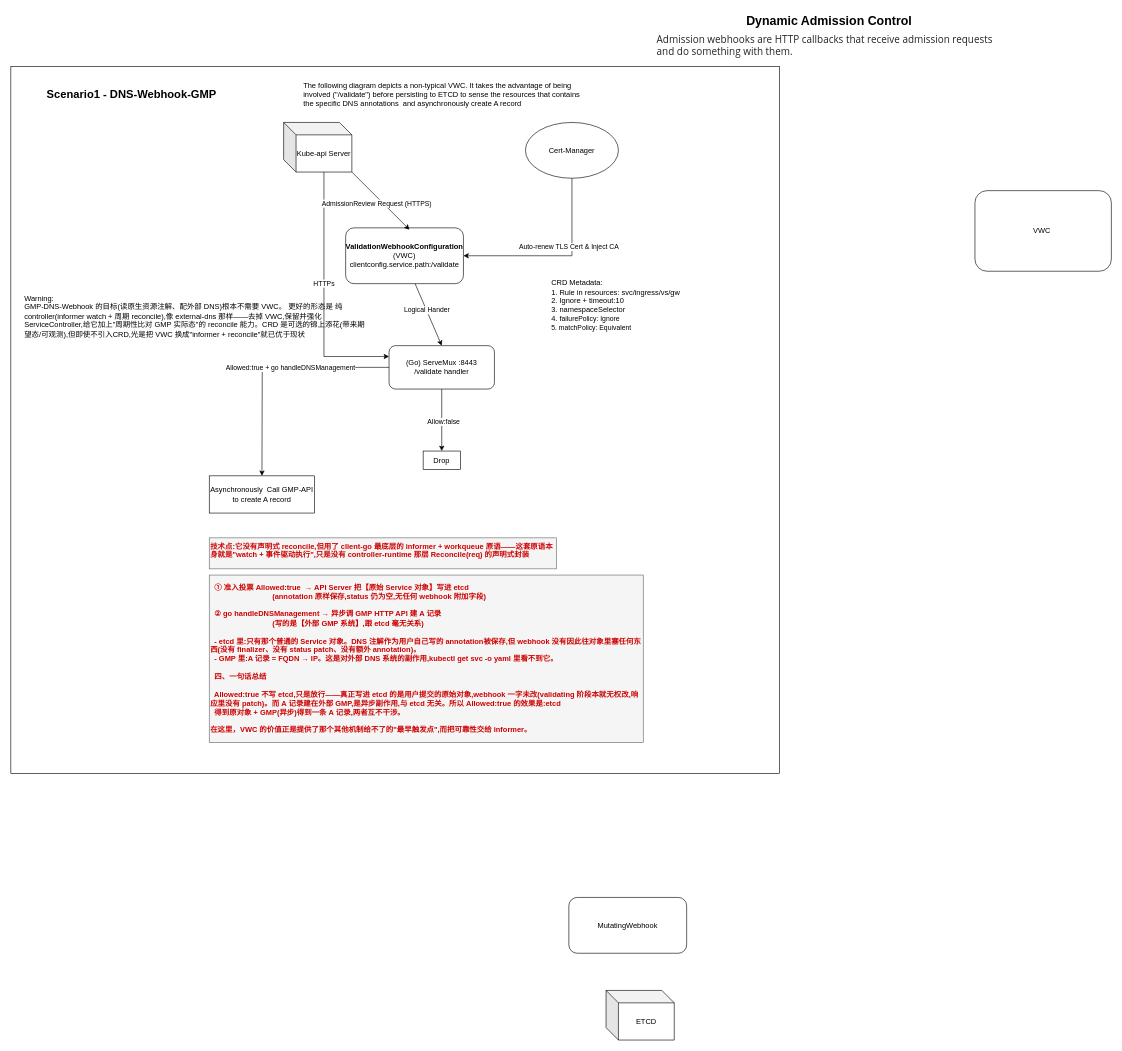
The draw.io diagram docs/Solution_Architect/Kubernetes/AdmissionControl.drawio in velocityX-br/devops-hackathons, before the edit. Source tidied: cells renumbered, new cells numbered last; positions are measured from the earlier drawing's top-left corner, leaving out a move shared by most shapes. Both pictures are drawn from the tidied source at 62%, with x=0, y=0 at pixel (11, 11).
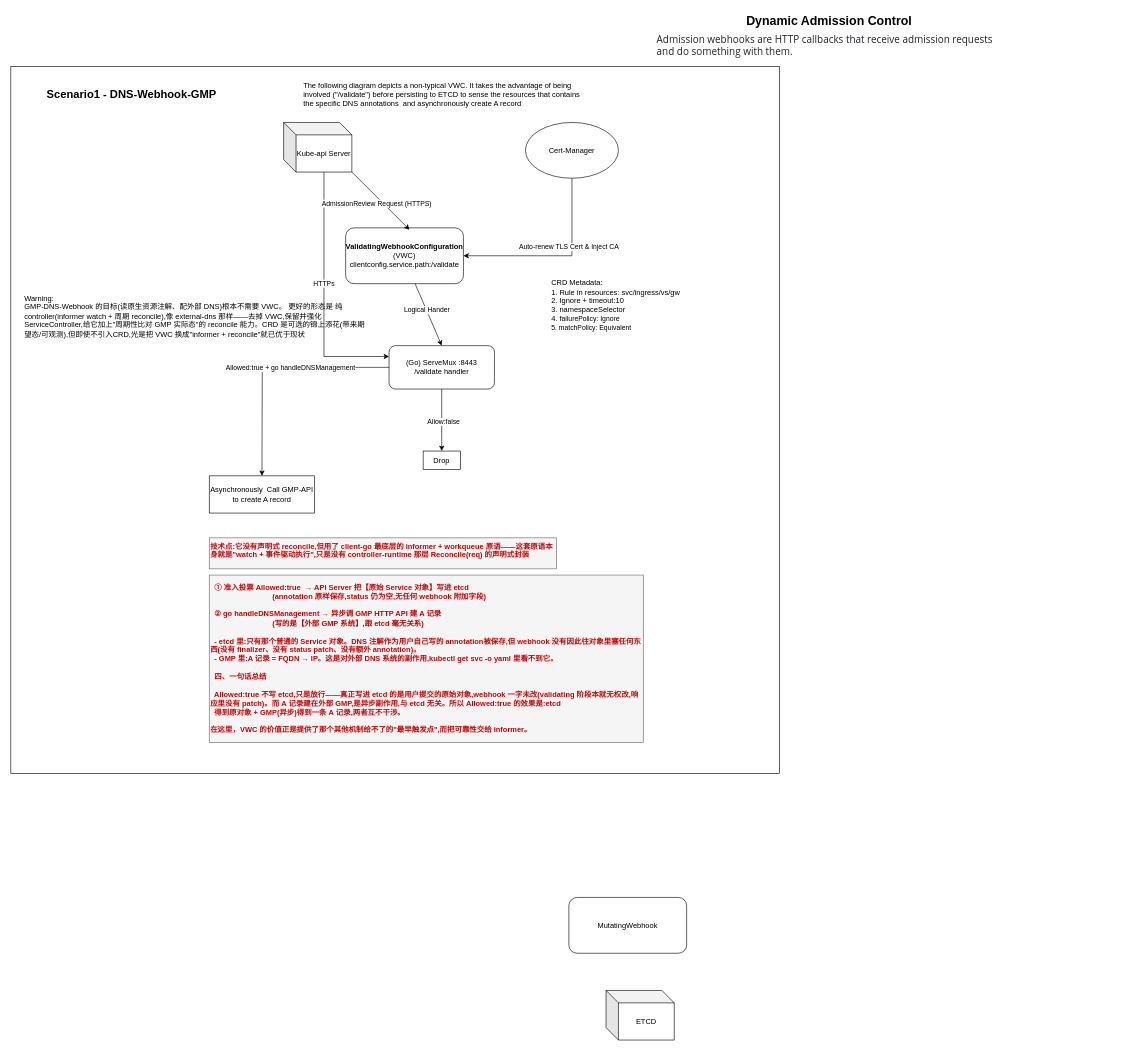
Above is the later version.

Diff of the diagram source:
```diff
@@
-    <mxCell id="6" value="&lt;b&gt;ValidationWebhookConfiguration&lt;/b&gt;&lt;div&gt;(VWC)&lt;/div&gt;&lt;div&gt;clientconfig.service.path:/validate&lt;/div&gt;" style="rounded=1;whiteSpace=wrap;html=1;" parent="1" vertex="1">
+    <mxCell id="6" value="&lt;b&gt;ValidatingWebhookConfiguration&lt;/b&gt;&lt;div&gt;(VWC)&lt;/div&gt;&lt;div&gt;clientconfig.service.path:/validate&lt;/div&gt;" style="rounded=1;whiteSpace=wrap;html=1;" parent="1" vertex="1">
       <mxGeometry x="540" y="350" width="190" height="90" as="geometry" />
     </mxCell>
@@
-    <mxCell id="31" value="VWC&amp;nbsp;" style="rounded=1;whiteSpace=wrap;html=1;" parent="1" vertex="1">
-      <mxGeometry x="1555" y="290" width="220" height="130" as="geometry" />
-    </mxCell>
```
